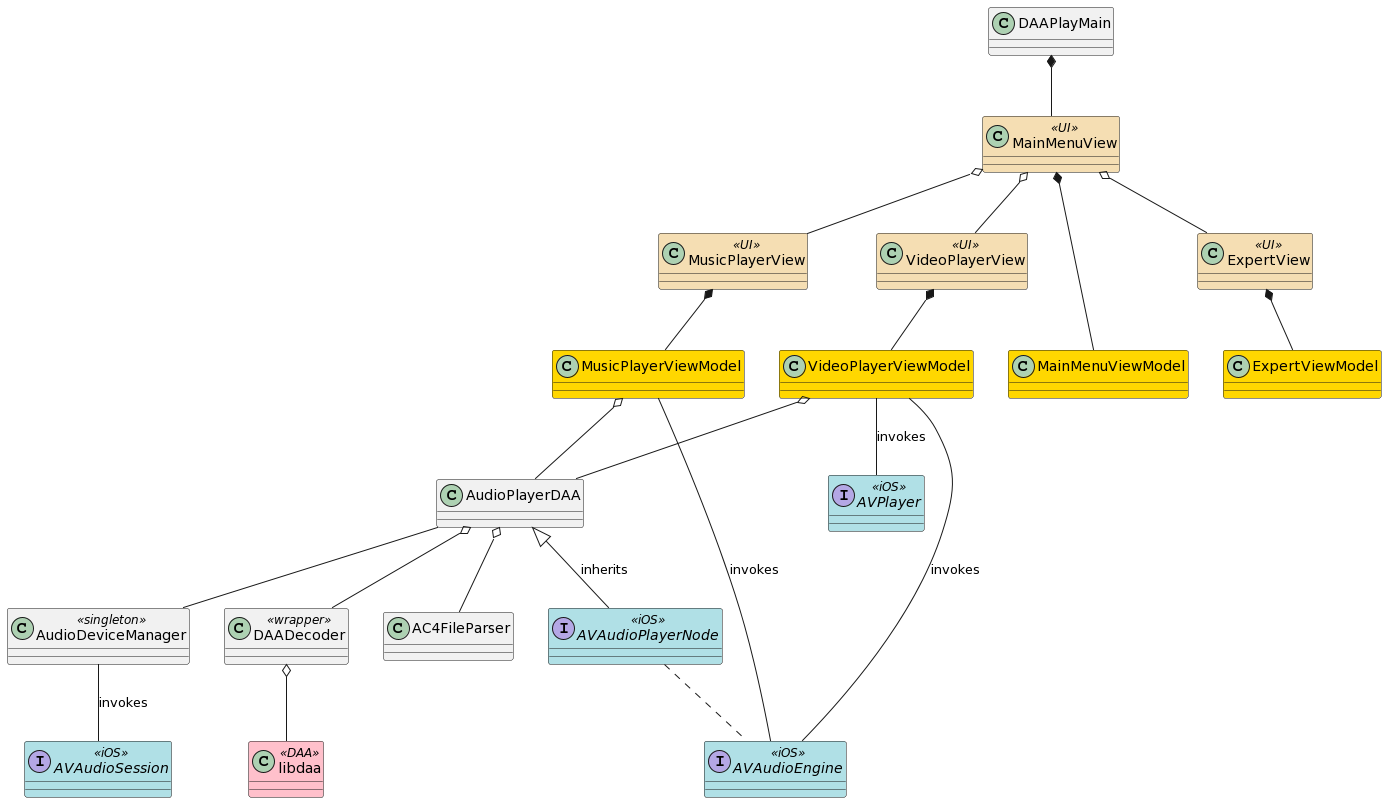
Before: img/architecture.png, a diagram exported from PlantUML (DolbyLaboratories/daaplay).
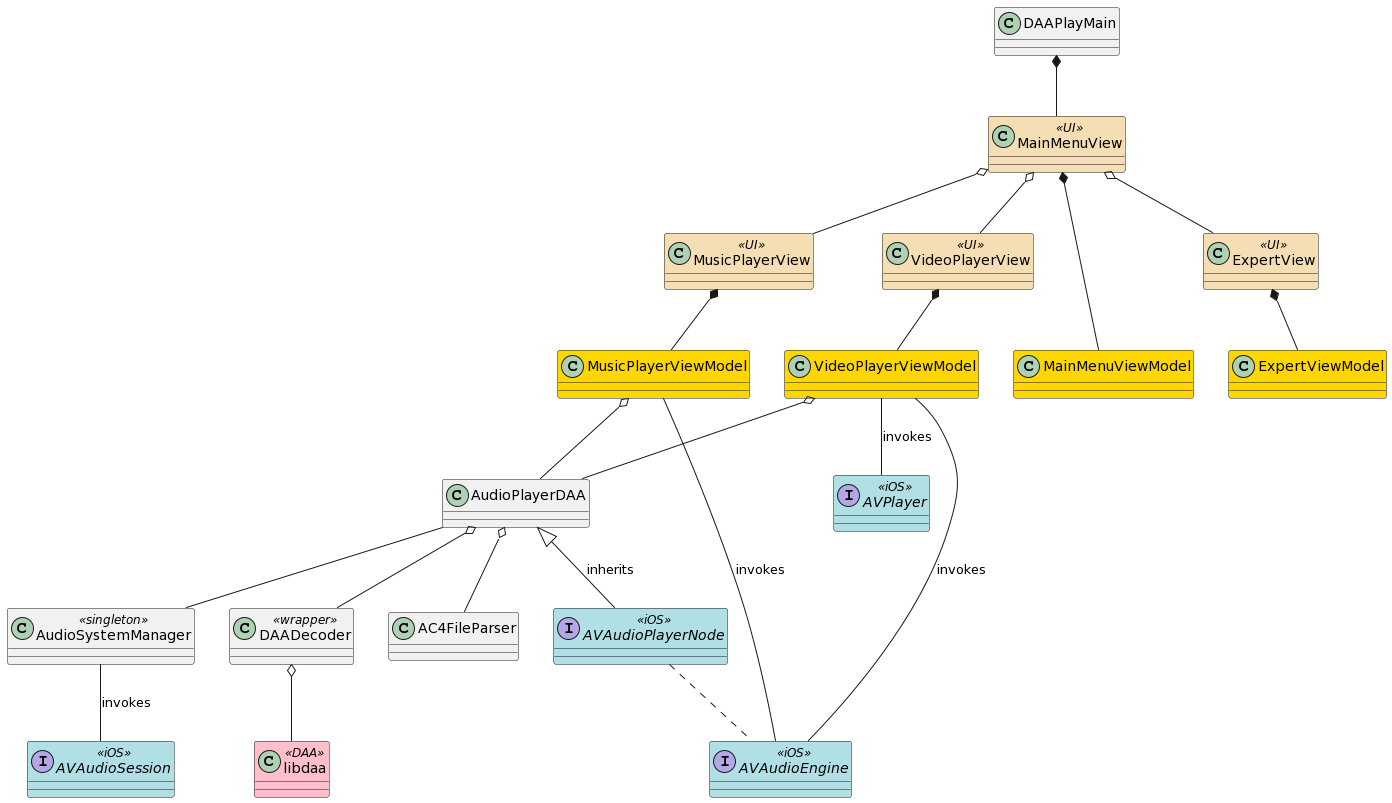
Later version of the same file.

The edit, as a diff of the source:
```diff
@@ -24,7 +24,7 @@
 class DAADecoder <<wrapper>>
 class libdaa <<DAA>> #pink
 
-class AudioDeviceManager <<singleton>>
+class AudioSystemManager <<singleton>>
 
 
 DAAPlayMain *-- MainMenuView
@@ -51,7 +51,7 @@
 MusicPlayerViewModel -- AVAudioEngine : invokes
 AVAudioPlayerNode .. AVAudioEngine
 
-AudioDeviceManager -- AVAudioSession : invokes
+AudioSystemManager -- AVAudioSession : invokes
 
-AudioPlayerDAA -- AudioDeviceManager
+AudioPlayerDAA -- AudioSystemManager
 @enduml
```
